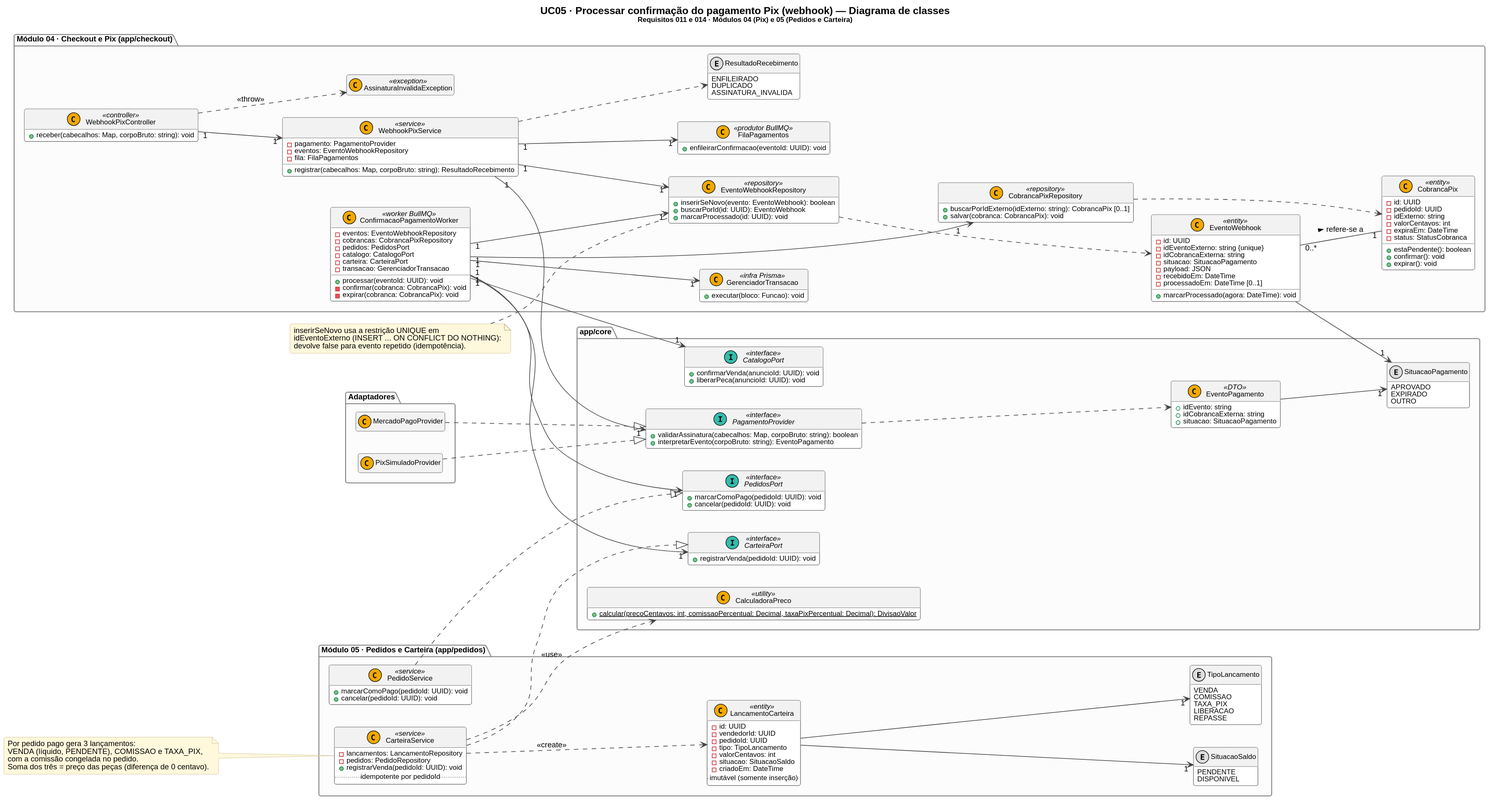
Above: docs/uml/classes/uc05-confirmar-pagamento-pix.svg in mariaclarapma/Desa-Pego (PlantUML), before the change.
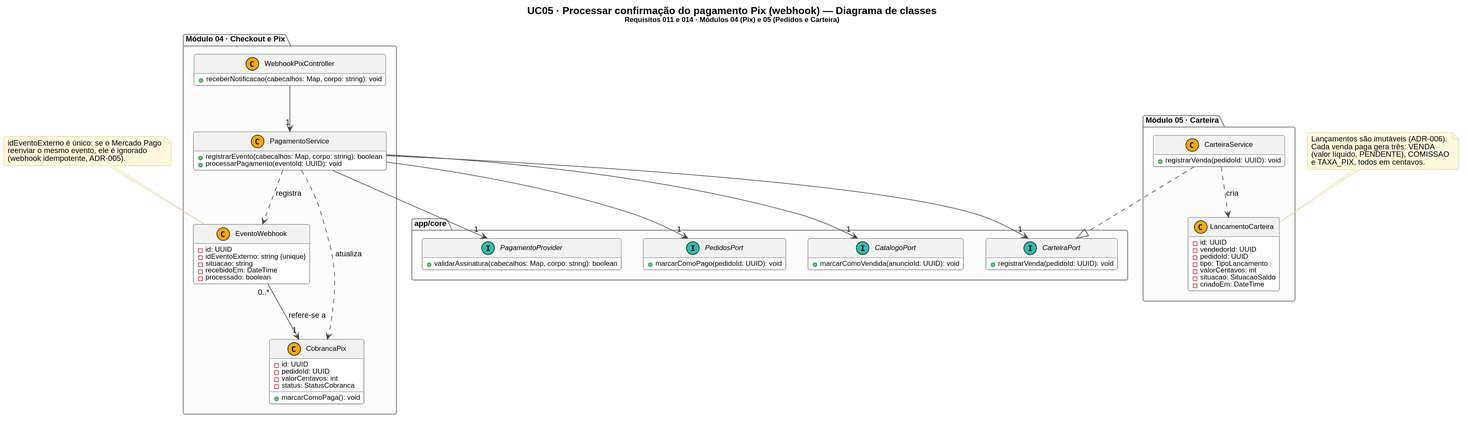
After the commit.

The edit, as a diff of the source:
```diff
@@ -3,129 +3,54 @@
 set separator none
 title UC05 · Processar confirmação do pagamento Pix (webhook) — Diagrama de classes\n<size:11>Requisitos 011 e 014 · Módulos 04 (Pix) e 05 (Pedidos e Carteira)</size>
 hide empty members
-left to right direction
-skinparam nodesep 35
-skinparam ranksep 55
 
-package "Módulo 04 · Checkout e Pix (app/checkout)" {
-
-  class WebhookPixController <<controller>> {
-    + receber(cabecalhos: Map, corpoBruto: string): void
+package "Módulo 04 · Checkout e Pix" {
+  class WebhookPixController {
+    + receberNotificacao(cabecalhos: Map, corpo: string): void
   }
 
-  class WebhookPixService <<service>> {
-    - pagamento: PagamentoProvider
-    - eventos: EventoWebhookRepository
-    - fila: FilaPagamentos
-    + registrar(cabecalhos: Map, corpoBruto: string): ResultadoRecebimento
+  class PagamentoService {
+    + registrarEvento(cabecalhos: Map, corpo: string): boolean
+    + processarPagamento(eventoId: UUID): void
   }
 
-  enum ResultadoRecebimento {
-    ENFILEIRADO
-    DUPLICADO
-    ASSINATURA_INVALIDA
+  class EventoWebhook {
+    - id: UUID
+    - idEventoExterno: string {unique}
+    - situacao: string
+    - recebidoEm: DateTime
+    - processado: boolean
   }
 
-  class EventoWebhook <<entity>> {
-    - id: UUID
-    - idEventoExterno: string {unique}
-    - idCobrancaExterna: string
-    - situacao: SituacaoPagamento
-    - payload: JSON
-    - recebidoEm: DateTime
-    - processadoEm: DateTime [0..1]
-    + marcarProcessado(agora: DateTime): void
-  }
-
-  class EventoWebhookRepository <<repository>> {
-    + inserirSeNovo(evento: EventoWebhook): boolean
-    + buscarPorId(id: UUID): EventoWebhook
-    + marcarProcessado(id: UUID): void
-  }
-
-  class FilaPagamentos <<produtor BullMQ>> {
-    + enfileirarConfirmacao(eventoId: UUID): void
-  }
-
-  class ConfirmacaoPagamentoWorker <<worker BullMQ>> {
-    - eventos: EventoWebhookRepository
-    - cobrancas: CobrancaPixRepository
-    - pedidos: PedidosPort
-    - catalogo: CatalogoPort
-    - carteira: CarteiraPort
-    - transacao: GerenciadorTransacao
-    + processar(eventoId: UUID): void
-    - confirmar(cobranca: CobrancaPix): void
-    - expirar(cobranca: CobrancaPix): void
-  }
-
-  class CobrancaPix <<entity>> {
+  class CobrancaPix {
     - id: UUID
     - pedidoId: UUID
-    - idExterno: string
     - valorCentavos: int
-    - expiraEm: DateTime
     - status: StatusCobranca
-    + estaPendente(): boolean
-    + confirmar(): void
-    + expirar(): void
+    + marcarComoPaga(): void
   }
-
-  class CobrancaPixRepository <<repository>> {
-    + buscarPorIdExterno(idExterno: string): CobrancaPix [0..1]
-    + salvar(cobranca: CobrancaPix): void
-  }
-
-  class GerenciadorTransacao <<infra Prisma>> {
-    + executar(bloco: Funcao): void
-  }
-
-  class AssinaturaInvalidaException <<exception>>
 }
 
 package "app/core" {
-  interface PagamentoProvider <<interface>> {
-    + validarAssinatura(cabecalhos: Map, corpoBruto: string): boolean
-    + interpretarEvento(corpoBruto: string): EventoPagamento
+  interface PagamentoProvider {
+    + validarAssinatura(cabecalhos: Map, corpo: string): boolean
   }
-  class EventoPagamento <<DTO>> {
-    + idEvento: string
-    + idCobrancaExterna: string
-    + situacao: SituacaoPagamento
+  interface PedidosPort {
+    + marcarComoPago(pedidoId: UUID): void
   }
-  enum SituacaoPagamento {
-    APROVADO
-    EXPIRADO
-    OUTRO
+  interface CatalogoPort {
+    + marcarComoVendida(anuncioId: UUID): void
   }
-  interface PedidosPort <<interface>> {
-    + marcarComoPago(pedidoId: UUID): void
-    + cancelar(pedidoId: UUID): void
-  }
-  interface CatalogoPort <<interface>> {
-    + confirmarVenda(anuncioId: UUID): void
-    + liberarPeca(anuncioId: UUID): void
-  }
-  interface CarteiraPort <<interface>> {
+  interface CarteiraPort {
     + registrarVenda(pedidoId: UUID): void
-  }
-  class CalculadoraPreco <<utility>> {
-    + {static} calcular(precoCentavos: int, comissaoPercentual: Decimal, taxaPixPercentual: Decimal): DivisaoValor
   }
 }
 
-package "Módulo 05 · Pedidos e Carteira (app/pedidos)" {
-  class CarteiraService <<service>> {
-    - lancamentos: LancamentoRepository
-    - pedidos: PedidoRepository
+package "Módulo 05 · Carteira" {
+  class CarteiraService {
     + registrarVenda(pedidoId: UUID): void
-    .. idempotente por pedidoId ..
   }
-  class PedidoService <<service>> {
-    + marcarComoPago(pedidoId: UUID): void
-    + cancelar(pedidoId: UUID): void
-  }
-  class LancamentoCarteira <<entity>> {
+  class LancamentoCarteira {
     - id: UUID
     - vendedorId: UUID
     - pedidoId: UUID
@@ -133,68 +58,32 @@
     - valorCentavos: int
     - situacao: SituacaoSaldo
     - criadoEm: DateTime
-    .. imutável (somente inserção) ..
-  }
-  enum TipoLancamento {
-    VENDA
-    COMISSAO
-    TAXA_PIX
-    LIBERACAO
-    REPASSE
-  }
-  enum SituacaoSaldo {
-    PENDENTE
-    DISPONIVEL
   }
 }
 
-package "Adaptadores" {
-  class MercadoPagoProvider
-  class PixSimuladoProvider
-}
-
-WebhookPixController "1" --> "1" WebhookPixService
-WebhookPixController ..> AssinaturaInvalidaException : <<throw>>
-WebhookPixService "1" --> "1" PagamentoProvider
-WebhookPixService "1" --> "1" EventoWebhookRepository
-WebhookPixService "1" --> "1" FilaPagamentos
-WebhookPixService ..> ResultadoRecebimento
-EventoWebhookRepository ..> EventoWebhook
-EventoWebhook --> "1" SituacaoPagamento
-PagamentoProvider ..> EventoPagamento
-EventoPagamento --> "1" SituacaoPagamento
-
-ConfirmacaoPagamentoWorker "1" --> "1" EventoWebhookRepository
-ConfirmacaoPagamentoWorker "1" --> "1" CobrancaPixRepository
-ConfirmacaoPagamentoWorker "1" --> "1" PedidosPort
-ConfirmacaoPagamentoWorker "1" --> "1" CatalogoPort
-ConfirmacaoPagamentoWorker "1" --> "1" CarteiraPort
-ConfirmacaoPagamentoWorker "1" --> "1" GerenciadorTransacao
-CobrancaPixRepository ..> CobrancaPix
-EventoWebhook "0..*" -- "1" CobrancaPix : refere-se a >
-
-PedidoService ..|> PedidosPort
+WebhookPixController --> "1" PagamentoService
+PagamentoService --> "1" PagamentoProvider
+PagamentoService --> "1" PedidosPort
+PagamentoService --> "1" CatalogoPort
+PagamentoService --> "1" CarteiraPort
+PagamentoService ..> EventoWebhook : registra
+PagamentoService ..> CobrancaPix : atualiza
+EventoWebhook "0..*" --> "1" CobrancaPix : refere-se a
 CarteiraService ..|> CarteiraPort
-CarteiraService ..> CalculadoraPreco : <<use>>
-CarteiraService ..> LancamentoCarteira : <<create>>
-LancamentoCarteira --> "1" TipoLancamento
-LancamentoCarteira --> "1" SituacaoSaldo
-
-MercadoPagoProvider ..|> PagamentoProvider
-PixSimuladoProvider ..|> PagamentoProvider
+CarteiraService ..> LancamentoCarteira : cria
 
 note as N1
-  inserirSeNovo usa a restrição UNIQUE em
-  idEventoExterno (INSERT ... ON CONFLICT DO NOTHING):
-  devolve false para evento repetido (idempotência).
+  idEventoExterno é único: se o Mercado Pago
+  reenviar o mesmo evento, ele é ignorado
+  (webhook idempotente, ADR-005).
 end note
-N1 .. EventoWebhookRepository
+N1 .. EventoWebhook
 
 note as N2
-  Por pedido pago gera 3 lançamentos:
-  VENDA (líquido, PENDENTE), COMISSAO e TAXA_PIX,
-  com a comissão congelada no pedido.
-  Soma dos três = preço das peças (diferença de 0 centavo).
+  Lançamentos são imutáveis (ADR-006).
+  Cada venda paga gera três: VENDA
+  (valor líquido, PENDENTE), COMISSAO
+  e TAXA_PIX, todos em centavos.
 end note
-N2 .. CarteiraService
+N2 .. LancamentoCarteira
 @enduml
```
